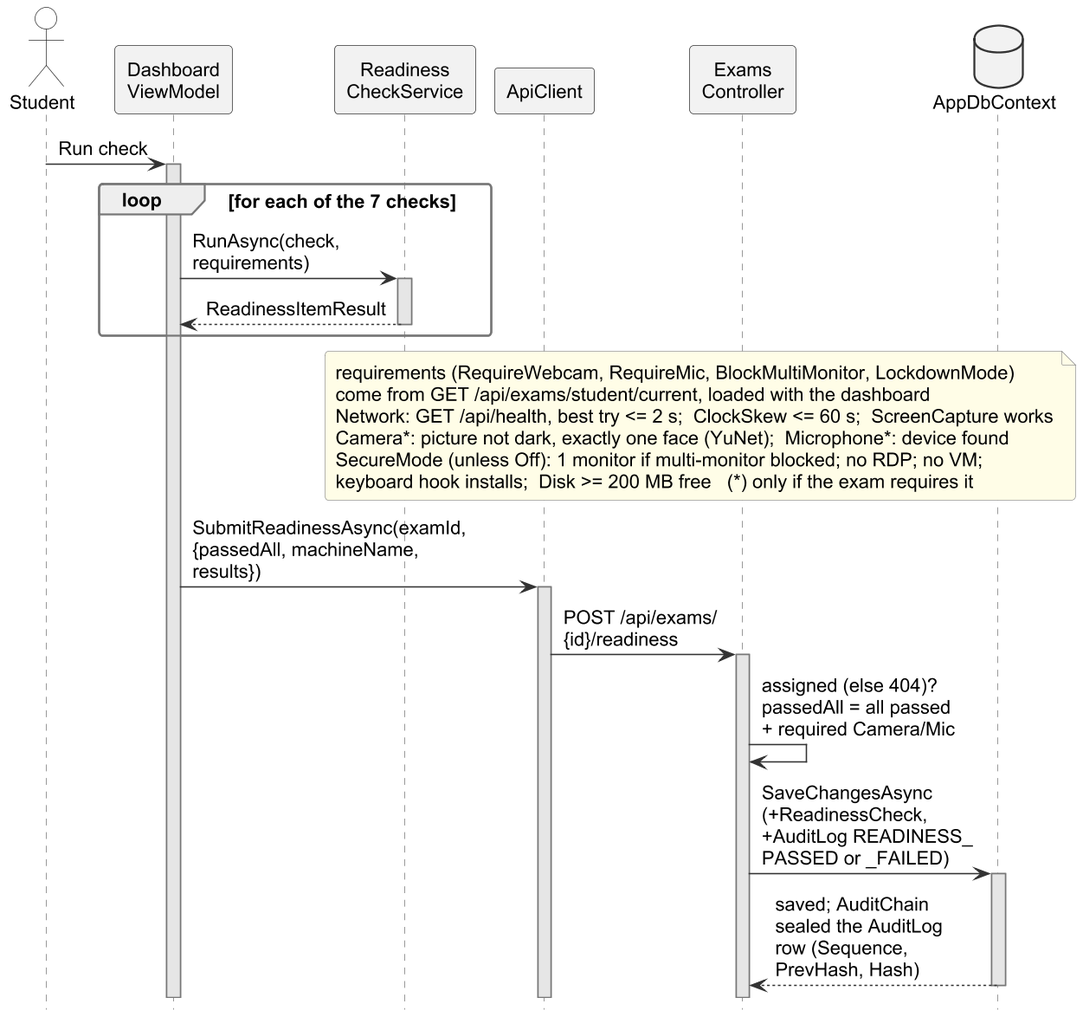
Haiderali27-hub/AI-Lab-Monitoring- keeps this PlantUML diagram as important docs/fyp_doc_3chatp/Figures/seq_diagnostics.png. Above is the earlier version. Its source is kept beside it as important docs/fyp_doc_3chatp/Figures/src/seq_diagnostics.puml.
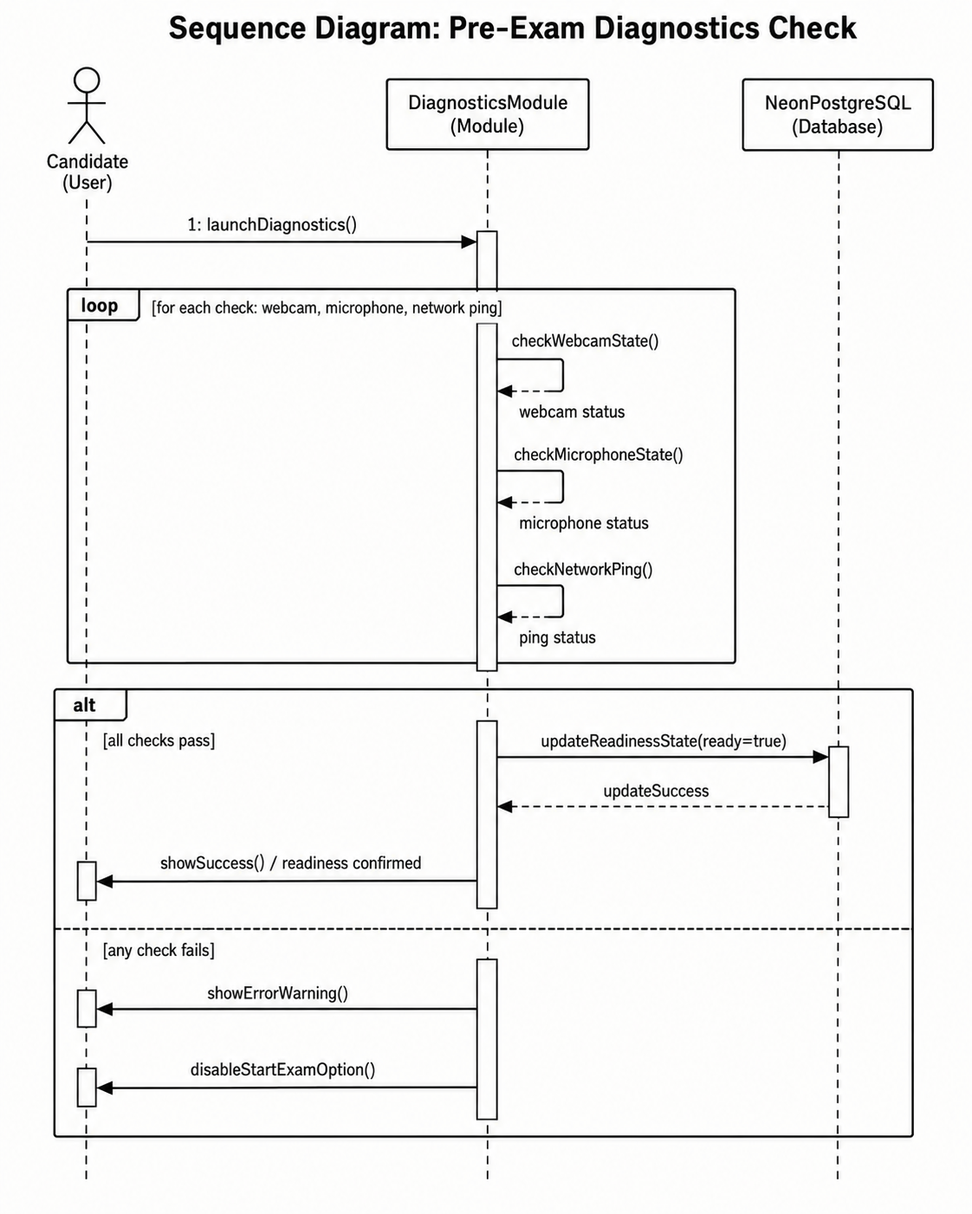
Above is the later version.

Diff of the diagram source:
```diff
@@ -6,7 +6,6 @@
 hide unlinked
 skinparam ParticipantPadding 2
 skinparam BoxPadding 0
-skinparam maxMessageSize 200
 skinparam sequence {
   MessageAlign left
   LifeLineBackgroundColor #E6E6E6
@@ -18,31 +17,28 @@
 participant "ApiClient" as API
 participant "Exams\nController" as EC
 database "AppDbContext" as DB
-participant "Monitoring\nHub" as HUB
 
 Student -> VM : Run check
 activate VM
 loop for each of the 7 checks
-  VM -> RCS : RunAsync(check,\nrequirements)
+  VM -> RCS : run check
   activate RCS
-  RCS --> VM : ReadinessItemResult
+  RCS --> VM : pass or fail
   deactivate RCS
 end
-note over RCS, DB
-requirements (RequireWebcam, RequireMic, BlockMultiMonitor, LockdownMode)
-come from GET /api/exams/student/current, loaded with the dashboard
-Network: GET /api/health, best try <= 2 s;  ClockSkew <= 60 s;  ScreenCapture works
-Camera*: picture not dark, exactly one face (YuNet);  Microphone*: device found
-SecureMode (unless Off): 1 monitor if multi-monitor blocked; no RDP; no VM;
-keyboard hook installs;  Disk >= 200 MB free   (*) only if the exam requires it
+note over RCS, API
+Network, clock, screen capture,
+camera*, microphone*, secure mode,
+free disk space
+(* only if the exam needs it)
 end note
-VM -> API : SubmitReadinessAsync(examId,\n{passedAll, machineName, results})
+VM -> API : submit results
 activate API
-API -> EC : POST /api/exams/\n{id}/readiness
+API -> EC : POST readiness
 activate EC
-EC -> EC : assigned (else 404)?\npassedAll = all passed\n+ required Camera/Mic
-EC -> DB : SaveChangesAsync\n(+ReadinessCheck,\n+AuditLog READINESS_\nPASSED or _FAILED)
+EC -> EC : student assigned?\nall checks passed?
+EC -> DB : save ReadinessCheck\n+ audit entry
 activate DB
-DB --> EC : saved; AuditChain\nsealed the AuditLog\nrow (Sequence,\nPrevHash, Hash)
+DB --> EC : saved (audit\nrow hash-chained)
 deactivate DB
 @enduml
```
